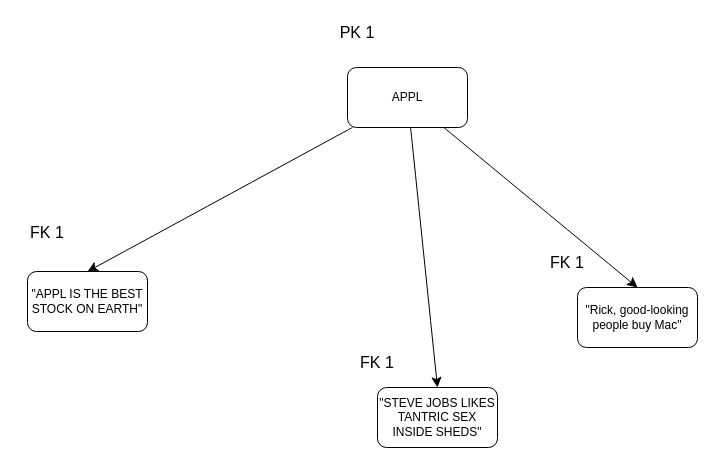
This is WebApi.drawio from fuadfaruk/WebApi, a draw.io file, before an edit. Source tidied: cells renumbered, new cells numbered last; positions are measured from the earlier drawing's top-left corner, leaving out a move shared by most shapes. Both pictures are drawn from the tidied source at 100%, with x=0, y=0 at pixel (17, 17).
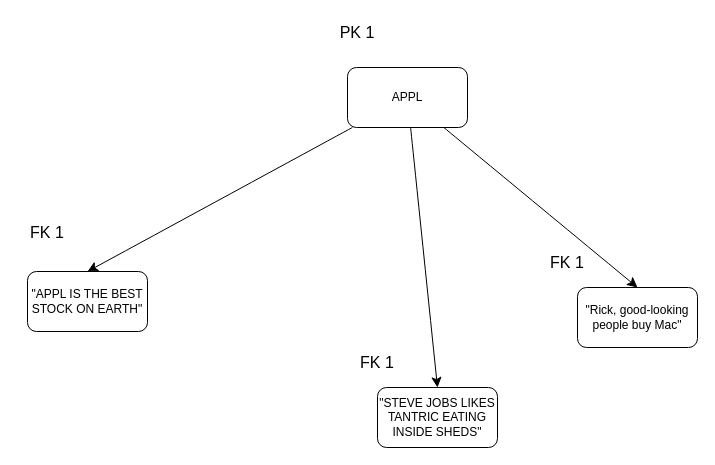
After the change.

Change to the diagram source:
```diff
@@
 <mxGraphModel>
   <root>
     <mxCell id="0" />
     <mxCell id="1" parent="0" />
     <mxCell id="2" style="edgeStyle=none;curved=1;rounded=0;jettySize=auto;html=1;entryX=0.5;entryY=0;entryDx=0;entryDy=0;fontSize=12;startSize=8;endSize=8;" parent="1" edge="1" source="5" target="6">
       <mxGeometry relative="1" as="geometry" />
     </mxCell>
     <mxCell id="3" style="edgeStyle=none;curved=1;rounded=0;jettySize=auto;html=1;entryX=0.5;entryY=0;entryDx=0;entryDy=0;fontSize=12;startSize=8;endSize=8;" parent="1" edge="1" source="5" target="8">
       <mxGeometry relative="1" as="geometry" />
     </mxCell>
     <mxCell id="4" style="edgeStyle=none;curved=1;rounded=0;jettySize=auto;html=1;entryX=0.5;entryY=0;entryDx=0;entryDy=0;fontSize=12;startSize=8;endSize=8;" parent="1" edge="1" source="5" target="7">
       <mxGeometry relative="1" as="geometry" />
     </mxCell>
     <mxCell id="5" value="APPL" style="rounded=1;whiteSpace=wrap;html=1;" parent="1" vertex="1">
       <mxGeometry x="330" y="50" width="120" height="60" as="geometry" />
     </mxCell>
     <mxCell id="6" value="&quot;APPL IS THE BEST STOCK ON EARTH&quot;" style="rounded=1;whiteSpace=wrap;html=1;" parent="1" vertex="1">
       <mxGeometry x="10" y="254" width="120" height="60" as="geometry" />
     </mxCell>
     <mxCell id="7" value="&quot;Rick, good-looking people buy Mac&quot;" style="rounded=1;whiteSpace=wrap;html=1;" parent="1" vertex="1">
       <mxGeometry x="560" y="270" width="120" height="60" as="geometry" />
     </mxCell>
-    <mxCell id="8" value="&quot;STEVE JOBS LIKES TANTRIC SEX INSIDE SHEDS&quot;" style="rounded=1;whiteSpace=wrap;html=1;" parent="1" vertex="1">
+    <mxCell id="8" value="&quot;STEVE JOBS LIKES TANTRIC EATING INSIDE SHEDS&quot;" style="rounded=1;whiteSpace=wrap;html=1;" parent="1" vertex="1">
       <mxGeometry x="360" y="370" width="120" height="60" as="geometry" />
     </mxCell>
     <mxCell id="9" value="PK 1" style="text;html=1;whiteSpace=wrap;strokeColor=none;fillColor=none;align=center;verticalAlign=middle;rounded=0;fontSize=16;" parent="1" vertex="1">
       <mxGeometry x="310" width="60" height="30" as="geometry" />
     </mxCell>
     <mxCell id="10" value="FK 1" style="text;html=1;whiteSpace=wrap;strokeColor=none;fillColor=none;align=center;verticalAlign=middle;rounded=0;fontSize=16;" parent="1" vertex="1">
       <mxGeometry y="200" width="60" height="30" as="geometry" />
     </mxCell>
     <mxCell id="11" value="FK 1" style="text;html=1;whiteSpace=wrap;strokeColor=none;fillColor=none;align=center;verticalAlign=middle;rounded=0;fontSize=16;" parent="1" vertex="1">
       <mxGeometry x="330" y="330" width="60" height="30" as="geometry" />
     </mxCell>
     <mxCell id="12" value="FK 1" style="text;html=1;whiteSpace=wrap;strokeColor=none;fillColor=none;align=center;verticalAlign=middle;rounded=0;fontSize=16;" parent="1" vertex="1">
       <mxGeometry x="520" y="230" width="60" height="30" as="geometry" />
     </mxCell>
   </root>
 </mxGraphModel>
```
